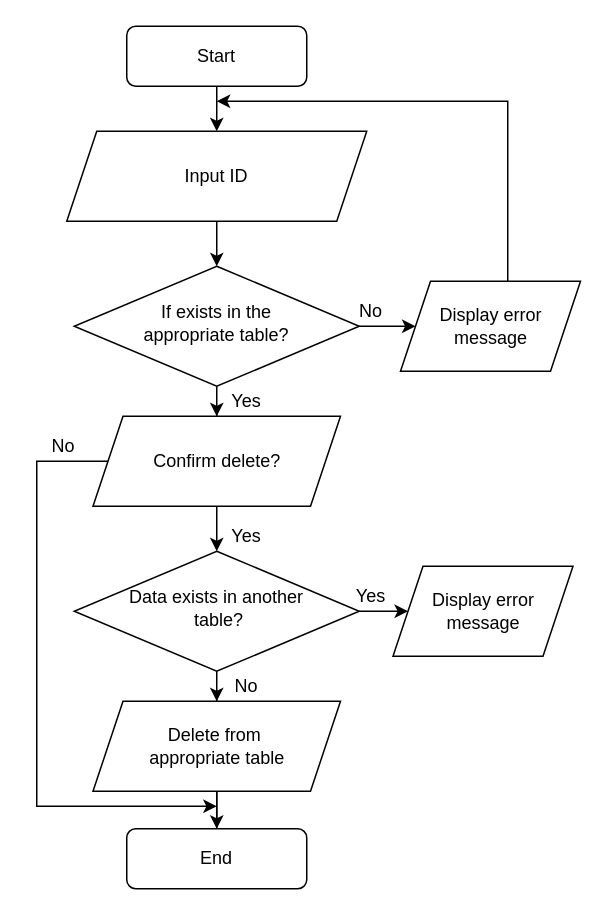
Earlier version of the draw.io diagram assets/flow-chart/delete.drawio (vanluong94/aptech-market-management-system). Source tidied: cells renumbered, new cells numbered last; positions are measured from the earlier drawing's top-left corner, leaving out a move shared by most shapes. Both pictures are drawn from the tidied source at 150%, with x=0, y=0 at pixel (33, 26).
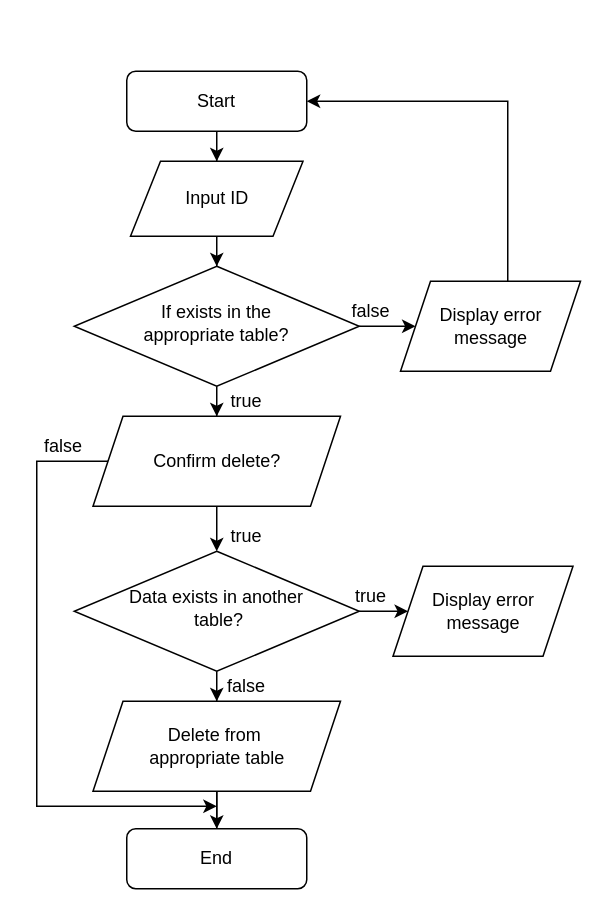
The same page after the edit.

Unchanged cells that the change refers to:
```xml
<mxCell id="13" value="&lt;div&gt;Display error&lt;/div&gt;&lt;div&gt;message&lt;/div&gt;" style="shape=parallelogram;perimeter=parallelogramPerimeter;whiteSpace=wrap;html=1;fixedSize=1;" parent="1" vertex="1">
  <mxGeometry x="244.5" y="170" width="120" height="60" as="geometry" />
</mxCell>
```

The edit, as a diff of the source:
```diff
@@
     <mxCell id="3" value="Start" style="rounded=1;whiteSpace=wrap;html=1;fontSize=12;glass=0;strokeWidth=1;shadow=0;" parent="1" vertex="1">
-      <mxGeometry x="62" width="120" height="40" as="geometry" />
+      <mxGeometry x="62" y="30" width="120" height="40" as="geometry" />
     </mxCell>
@@
     <mxCell id="8" value="Input ID" style="shape=parallelogram;perimeter=parallelogramPerimeter;whiteSpace=wrap;html=1;fixedSize=1;" parent="1" vertex="1">
-      <mxGeometry x="22" y="70" width="200" height="60" as="geometry" />
+      <mxGeometry x="64.5" y="90" width="115" height="50" as="geometry" />
     </mxCell>
@@
-    <mxCell id="12" style="edgeStyle=orthogonalEdgeStyle;rounded=0;jettySize=auto;html=1;" parent="1" edge="1" source="13">
+    <mxCell id="12" style="edgeStyle=orthogonalEdgeStyle;rounded=0;jettySize=auto;html=1;entryX=1;entryY=0.5;entryDx=0;entryDy=0;" parent="1" edge="1" source="13" target="3">
       <mxGeometry relative="1" as="geometry">
-        <mxPoint x="122" y="50" as="targetPoint" />
         <Array as="points">
           <mxPoint x="316" y="50" />
+          <mxPoint x="182" y="50" />
         </Array>
       </mxGeometry>
     </mxCell>
@@
-    <mxCell id="14" value="No" style="text;html=1;strokeColor=none;fillColor=none;align=center;verticalAlign=middle;whiteSpace=wrap;rounded=0;" parent="1" vertex="1">
+    <mxCell id="14" value="false" style="text;html=1;strokeColor=none;fillColor=none;align=center;verticalAlign=middle;whiteSpace=wrap;rounded=0;" parent="1" vertex="1">
       <mxGeometry x="204.5" y="180" width="40" height="20" as="geometry" />
     </mxCell>
-    <mxCell id="15" value="Yes" style="text;html=1;strokeColor=none;fillColor=none;align=center;verticalAlign=middle;whiteSpace=wrap;rounded=0;" parent="1" vertex="1">
+    <mxCell id="15" value="true" style="text;html=1;strokeColor=none;fillColor=none;align=center;verticalAlign=middle;whiteSpace=wrap;rounded=0;" parent="1" vertex="1">
       <mxGeometry x="122" y="240" width="40" height="20" as="geometry" />
     </mxCell>
@@
-    <mxCell id="24" value="Yes" style="text;html=1;strokeColor=none;fillColor=none;align=center;verticalAlign=middle;whiteSpace=wrap;rounded=0;" parent="1" vertex="1">
+    <mxCell id="24" value="true" style="text;html=1;strokeColor=none;fillColor=none;align=center;verticalAlign=middle;whiteSpace=wrap;rounded=0;" parent="1" vertex="1">
       <mxGeometry x="204.5" y="370" width="40" height="20" as="geometry" />
     </mxCell>
-    <mxCell id="25" value="No" style="text;html=1;strokeColor=none;fillColor=none;align=center;verticalAlign=middle;whiteSpace=wrap;rounded=0;" parent="1" vertex="1">
+    <mxCell id="25" value="false" style="text;html=1;strokeColor=none;fillColor=none;align=center;verticalAlign=middle;whiteSpace=wrap;rounded=0;" parent="1" vertex="1">
       <mxGeometry x="122" y="430" width="40" height="20" as="geometry" />
     </mxCell>
-    <mxCell id="26" value="Yes" style="text;html=1;strokeColor=none;fillColor=none;align=center;verticalAlign=middle;whiteSpace=wrap;rounded=0;" parent="1" vertex="1">
+    <mxCell id="26" value="true" style="text;html=1;strokeColor=none;fillColor=none;align=center;verticalAlign=middle;whiteSpace=wrap;rounded=0;" parent="1" vertex="1">
       <mxGeometry x="122" y="330" width="40" height="20" as="geometry" />
     </mxCell>
-    <mxCell id="27" value="No" style="text;html=1;strokeColor=none;fillColor=none;align=center;verticalAlign=middle;whiteSpace=wrap;rounded=0;" parent="1" vertex="1">
+    <mxCell id="27" value="false" style="text;html=1;strokeColor=none;fillColor=none;align=center;verticalAlign=middle;whiteSpace=wrap;rounded=0;" parent="1" vertex="1">
       <mxGeometry x="-0.5" y="270" width="40" height="20" as="geometry" />
     </mxCell>
```
